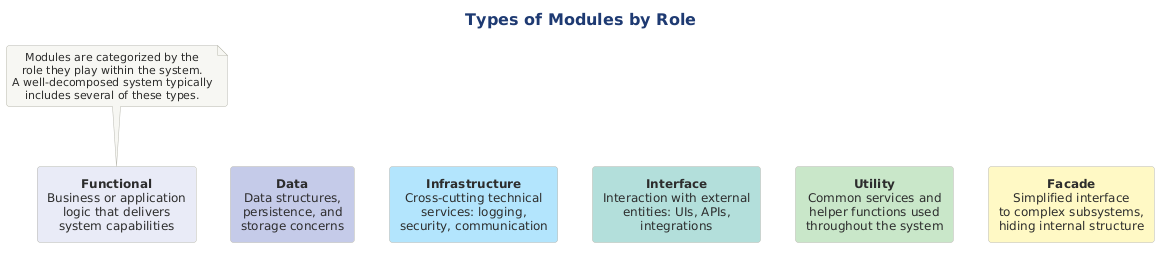
Before: src/architecture/views-and-beyond/style-catalogs/module/decomposition-style/png/10-module-types.png, a diagram exported from PlantUML (Notoriousjayy/latex-docs).
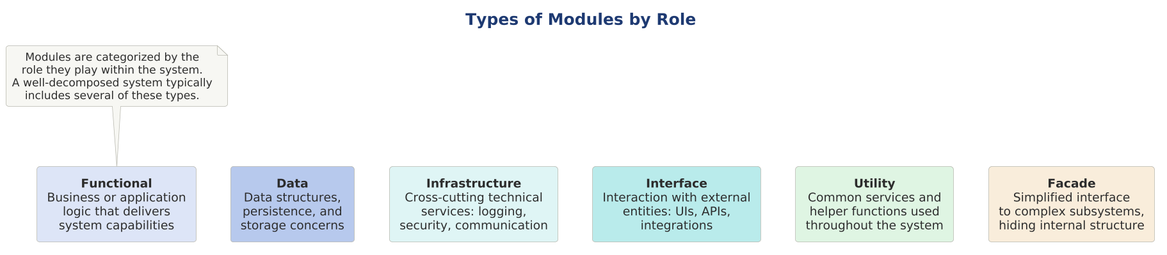
Later version of the same file.

Change to the diagram source:
```diff
@@ -1,20 +1,24 @@
 @startuml 10-module-types
+
+skinparam dpi 150
+
+
+
 !include ../../../../../../tooling/styles/plantuml/structural/component-diagram-style.iuml
-
 
 title Types of Modules by Role
 
-rectangle "**Functional**\nBusiness or application\nlogic that delivers\nsystem capabilities" as func #E8EAF6
+rectangle "**Functional**\nBusiness or application\nlogic that delivers\nsystem capabilities" as func $fill_primary
 
-rectangle "**Data**\nData structures,\npersistence, and\nstorage concerns" as data #C5CAE9
+rectangle "**Data**\nData structures,\npersistence, and\nstorage concerns" as data $deep_primary
 
-rectangle "**Infrastructure**\nCross-cutting technical\nservices: logging,\nsecurity, communication" as infra #B3E5FC
+rectangle "**Infrastructure**\nCross-cutting technical\nservices: logging,\nsecurity, communication" as infra $fill_dynamic
 
-rectangle "**Interface**\nInteraction with external\nentities: UIs, APIs,\nintegrations" as iface #B2DFDB
+rectangle "**Interface**\nInteraction with external\nentities: UIs, APIs,\nintegrations" as iface $deep_dynamic
 
-rectangle "**Utility**\nCommon services and\nhelper functions used\nthroughout the system" as util #C8E6C9
+rectangle "**Utility**\nCommon services and\nhelper functions used\nthroughout the system" as util $fill_ok
 
-rectangle "**Facade**\nSimplified interface\nto complex subsystems,\nhiding internal structure" as facade #FFF9C4
+rectangle "**Facade**\nSimplified interface\nto complex subsystems,\nhiding internal structure" as facade $fill_caution
 
 func -[hidden]right-> data
 data -[hidden]right-> infra
```
